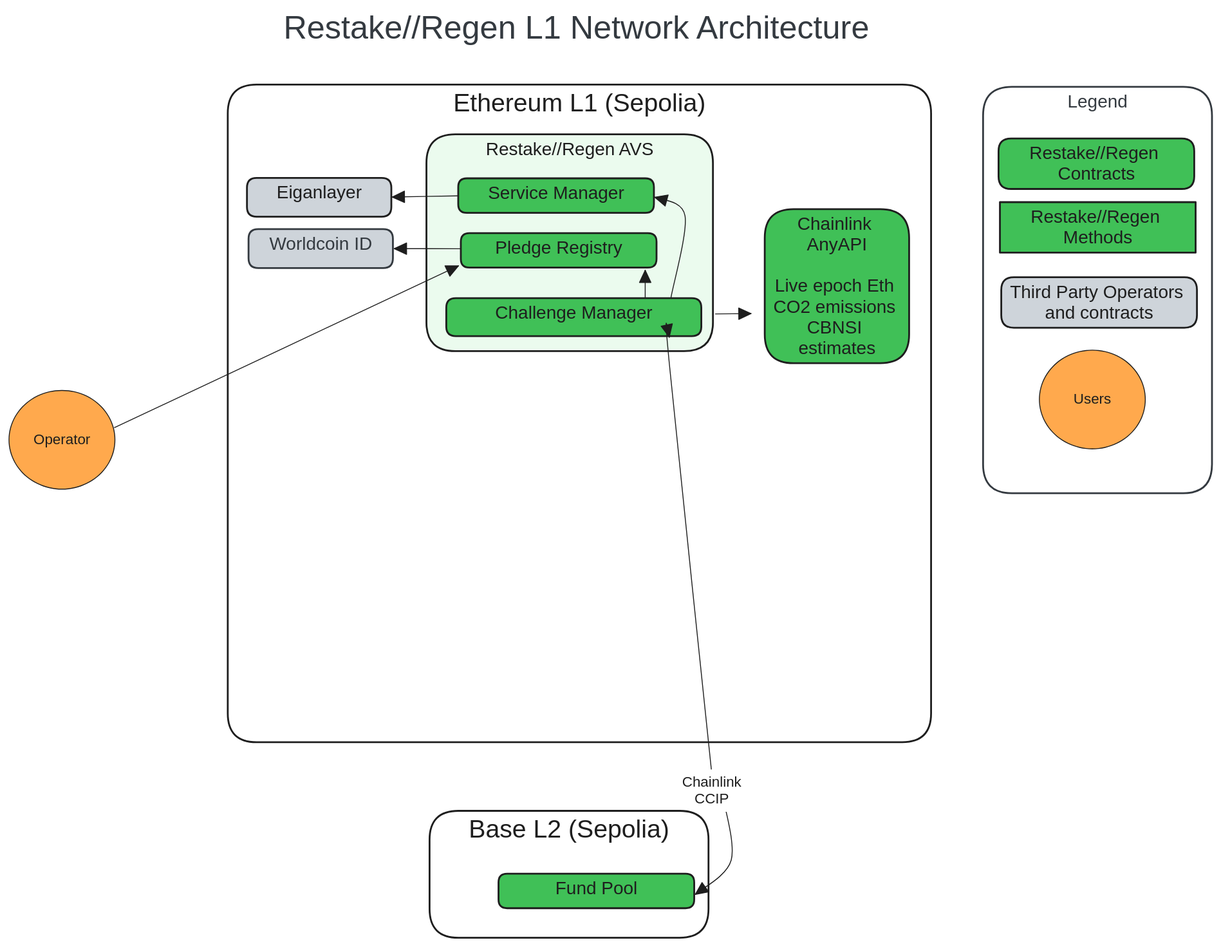
willemolding/Restake-Regen keeps this Excalidraw diagram as assets/figures/L1_network_diagram.excalidraw.svg. Above is the earlier version. Source tidied: one line per element, renumbered; positions are measured from the earlier drawing's top-left corner, leaving out a move shared by most shapes.
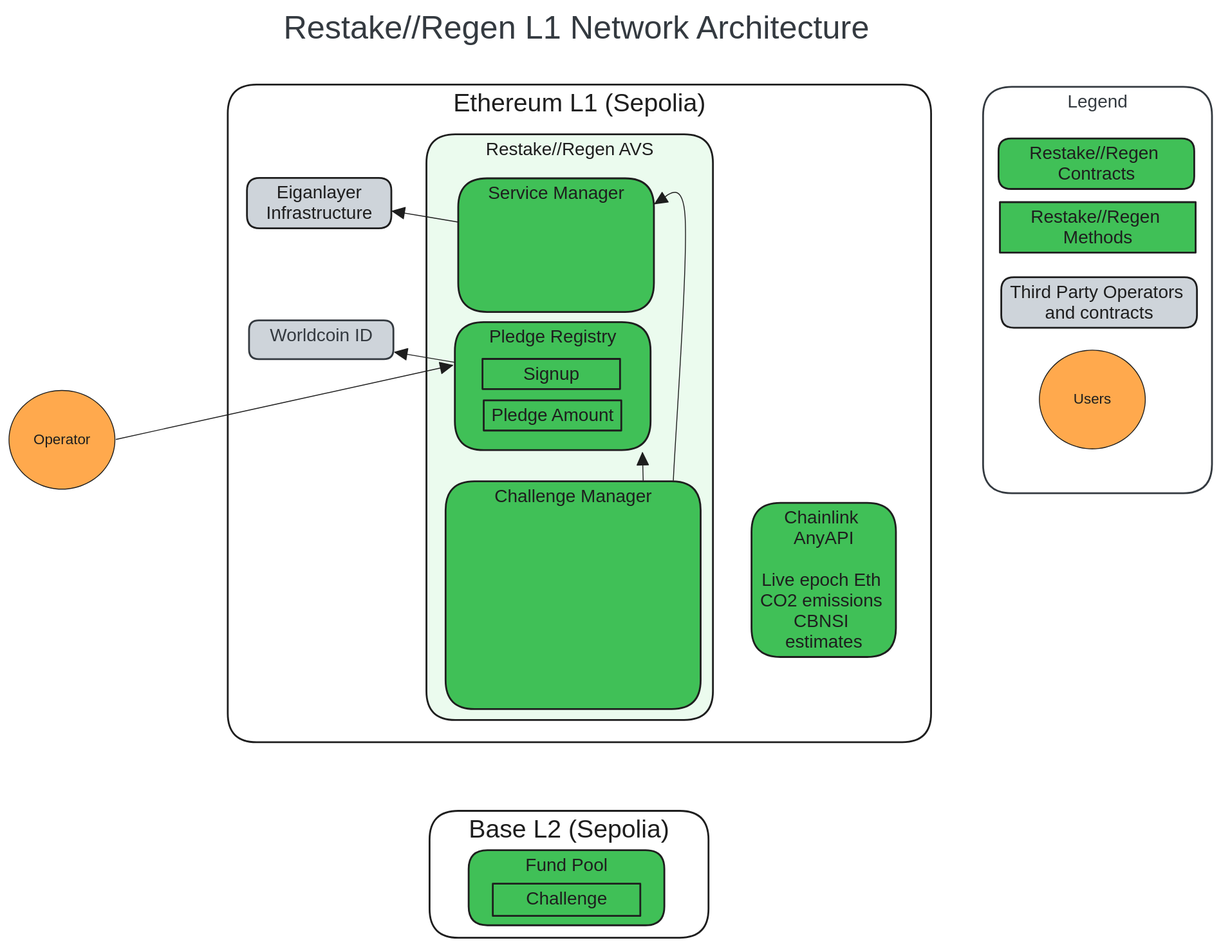
After the change.

Diff of the diagram source:
```diff
@@ -1,25 +1,22 @@
-{"id": 0, "type": "arrow", "strokeColor": "#1e1e1e", "strokeWidth": 1, "roughness": 0, "endArrowhead": "triangle", "round": true, "from": 39, "to": 41, "x": 792, "y": 872, "width": 40, "height": 110, "points": [[0, 0], [10, 72], [-30, 110]]}
 {"id": 1, "type": "rectangle", "strokeColor": "#1e1e1e", "strokeWidth": 2, "roughness": 0, "round": true, "x": 243, "y": 84, "width": 781, "height": 730}
 {"id": 2, "type": "text", "text": "Ethereum L1 (Sepolia)", "strokeColor": "#1e1e1e", "strokeWidth": 2, "roughness": 0, "fontSize": 28, "fontFamily": 2, "textAlign": "center", "inside": 1, "x": 493, "y": 89, "width": 280, "height": 32}
-{"id": 3, "type": "rectangle", "strokeColor": "#1e1e1e", "backgroundColor": "#ced4da", "fillStyle": "solid", "strokeWidth": 2, "roughness": 0, "round": true, "x": 264, "y": 187, "width": 160, "height": 43}
+{"id": 3, "type": "rectangle", "strokeColor": "#1e1e1e", "backgroundColor": "#ced4da", "fillStyle": "solid", "strokeWidth": 2, "roughness": 0, "round": true, "x": 264, "y": 187, "width": 160, "height": 56}
-{"id": 4, "type": "text", "text": "Eiganlayer", "strokeColor": "#1e1e1e", "strokeWidth": 2, "roughness": 0, "fontSize": 20, "fontFamily": 2, "textAlign": "center", "inside": 3, "x": 297, "y": 192, "width": 95, "height": 23}
+{"id": 4, "type": "text", "text": "Eiganlayer\nInfrastructure", "strokeColor": "#1e1e1e", "strokeWidth": 2, "roughness": 0, "fontSize": 20, "fontFamily": 2, "textAlign": "center", "inside": 3, "x": 285, "y": 192, "width": 118, "height": 46}
-{"id": 5, "type": "rectangle", "strokeColor": "#1e1e1e", "backgroundColor": "#ebfbee", "fillStyle": "solid", "strokeWidth": 2, "roughness": 0, "round": true, "x": 463, "y": 139, "width": 318, "height": 241}
+{"id": 5, "type": "rectangle", "strokeColor": "#1e1e1e", "backgroundColor": "#ebfbee", "fillStyle": "solid", "strokeWidth": 2, "roughness": 0, "round": true, "x": 463, "y": 139, "width": 318, "height": 650}
 {"id": 6, "type": "text", "text": "Restake//Regen AVS\n\n\n\n", "strokeColor": "#1e1e1e", "strokeWidth": 2, "roughness": 0, "fontSize": 20, "fontFamily": 2, "textAlign": "center", "inside": 5, "x": 529, "y": 144, "width": 188, "height": 115}
-{"id": 7, "type": "rectangle", "strokeColor": "#343a40", "backgroundColor": "#ced4da", "fillStyle": "solid", "strokeWidth": 2, "roughness": 0, "round": true, "x": 266, "y": 244, "width": 160, "height": 43}
+{"id": 7, "type": "rectangle", "strokeColor": "#343a40", "backgroundColor": "#ced4da", "fillStyle": "solid", "strokeWidth": 2, "roughness": 0, "round": true, "x": 266, "y": 345, "width": 160, "height": 43}
-{"id": 8, "type": "text", "text": "Worldcoin ID", "strokeColor": "#343a40", "strokeWidth": 2, "roughness": 0, "fontSize": 20, "fontFamily": 2, "textAlign": "center", "inside": 7, "x": 289, "y": 249, "width": 114, "height": 23}
+{"id": 8, "type": "text", "text": "Worldcoin ID", "strokeColor": "#343a40", "strokeWidth": 2, "roughness": 0, "fontSize": 20, "fontFamily": 2, "textAlign": "center", "inside": 7, "x": 289, "y": 350, "width": 114, "height": 23}
-{"id": 9, "type": "rectangle", "strokeColor": "#1e1e1e", "backgroundColor": "#40c057", "fillStyle": "solid", "strokeWidth": 2, "roughness": 0, "round": true, "x": 839, "y": 222, "width": 160, "height": 171}
+{"id": 9, "type": "rectangle", "strokeColor": "#1e1e1e", "backgroundColor": "#40c057", "fillStyle": "solid", "strokeWidth": 2, "roughness": 0, "round": true, "x": 824, "y": 548, "width": 160, "height": 171}
-{"id": 10, "type": "text", "text": "Chainlink \nAnyAPI\n\nLive epoch Eth \nCO2 emissions \nCBNSI \nestimates", "strokeColor": "#1e1e1e", "strokeWidth": 2, "roughness": 0, "fontSize": 20, "fontFamily": 2, "textAlign": "center", "inside": 9, "x": 848, "y": 227, "width": 141, "height": 161}
+{"id": 10, "type": "text", "text": "Chainlink \nAnyAPI\n\nLive epoch Eth \nCO2 emissions \nCBNSI \nestimates", "strokeColor": "#1e1e1e", "strokeWidth": 2, "roughness": 0, "fontSize": 20, "fontFamily": 2, "textAlign": "center", "inside": 9, "x": 834, "y": 553, "width": 141, "height": 161}
-{"id": 11, "type": "rectangle", "strokeColor": "#1e1e1e", "backgroundColor": "#40c057", "fillStyle": "solid", "strokeWidth": 2, "roughness": 0, "round": true, "x": 502, "y": 248, "width": 217, "height": 38}
+{"id": 11, "type": "rectangle", "strokeColor": "#1e1e1e", "backgroundColor": "#40c057", "fillStyle": "solid", "strokeWidth": 2, "roughness": 0, "round": true, "x": 495, "y": 347, "width": 217, "height": 142}
-{"id": 12, "type": "text", "text": "Pledge Registry", "strokeColor": "#1e1e1e", "strokeWidth": 2, "roughness": 0, "fontSize": 20, "fontFamily": 2, "textAlign": "center", "inside": 11, "x": 540, "y": 253, "width": 141, "height": 23}
+{"id": 12, "type": "text", "text": "Pledge Registry", "strokeColor": "#1e1e1e", "strokeWidth": 2, "roughness": 0, "fontSize": 20, "fontFamily": 2, "textAlign": "center", "inside": 11, "x": 533, "y": 352, "width": 141, "height": 23}
-{"id": 13, "type": "rectangle", "strokeColor": "#1e1e1e", "backgroundColor": "#40c057", "fillStyle": "solid", "strokeWidth": 2, "roughness": 0, "round": true, "x": 499, "y": 188, "width": 217, "height": 38}
+{"id": 13, "type": "rectangle", "strokeColor": "#1e1e1e", "backgroundColor": "#40c057", "fillStyle": "solid", "strokeWidth": 2, "roughness": 0, "round": true, "x": 499, "y": 188, "width": 217, "height": 148}
 {"id": 14, "type": "text", "text": "Service Manager", "strokeColor": "#1e1e1e", "strokeWidth": 2, "roughness": 0, "fontSize": 20, "fontFamily": 2, "textAlign": "center", "inside": 13, "x": 532, "y": 193, "width": 151, "height": 23}
-{"id": 15, "type": "rectangle", "strokeColor": "#1e1e1e", "backgroundColor": "#40c057", "fillStyle": "solid", "strokeWidth": 2, "roughness": 0, "round": true, "x": 485, "y": 321, "width": 283, "height": 42}
+{"id": 15, "type": "rectangle", "strokeColor": "#1e1e1e", "backgroundColor": "#40c057", "fillStyle": "solid", "strokeWidth": 2, "roughness": 0, "round": true, "x": 485, "y": 524, "width": 283, "height": 253}
-{"id": 16, "type": "text", "text": "Challenge Manager", "strokeColor": "#1e1e1e", "strokeWidth": 2, "roughness": 0, "fontSize": 20, "fontFamily": 2, "textAlign": "center", "inside": 15, "x": 540, "y": 326, "width": 175, "height": 23}
+{"id": 16, "type": "text", "text": "Challenge Manager", "strokeColor": "#1e1e1e", "strokeWidth": 2, "roughness": 0, "fontSize": 20, "fontFamily": 2, "textAlign": "center", "inside": 15, "x": 539, "y": 529, "width": 175, "height": 23}
-{"id": 17, "type": "arrow", "strokeColor": "#1e1e1e", "strokeWidth": 1, "roughness": 0, "endArrowhead": "triangle", "round": true, "from": 13, "to": 3, "x": 498, "y": 207, "width": 72, "height": 1, "points": [[0, 0], [-72, 1]]}
+{"id": 17, "type": "arrow", "strokeColor": "#1e1e1e", "strokeWidth": 1, "roughness": 0, "endArrowhead": "triangle", "round": true, "from": 13, "to": 3, "x": 498, "y": 236, "width": 72, "height": 12, "points": [[0, 0], [-72, -12]]}
-{"id": 18, "type": "arrow", "strokeColor": "#1e1e1e", "strokeWidth": 1, "roughness": 0, "endArrowhead": "triangle", "round": true, "from": 11, "to": 7, "x": 501, "y": 266, "width": 73, "height": 0, "points": [[0, 0], [-73, 0]]}
+{"id": 18, "type": "arrow", "strokeColor": "#1e1e1e", "strokeWidth": 1, "roughness": 0, "endArrowhead": "triangle", "round": true, "from": 11, "to": 7, "x": 494, "y": 392, "width": 66, "height": 11, "points": [[0, 0], [-66, -11]]}
-{"id": 19, "type": "arrow", "strokeColor": "#1e1e1e", "strokeWidth": 1, "roughness": 0, "endArrowhead": "triangle", "round": true, "from": 15, "to": 11, "x": 706, "y": 320, "width": 0, "height": 30, "points": [[0, 0], [0, -30]]}
+{"id": 19, "type": "arrow", "strokeColor": "#1e1e1e", "strokeWidth": 1, "roughness": 0, "endArrowhead": "triangle", "round": true, "from": 15, "to": 11, "x": 704, "y": 523, "width": 1, "height": 31, "points": [[0, 0], [-1, -31]]}
-{"id": 20, "type": "arrow", "strokeColor": "#1e1e1e", "strokeWidth": 1, "roughness": 0, "endArrowhead": "triangle", "round": true, "from": 15, "to": 9, "x": 784, "y": 338, "width": 39, "height": 0, "points": [[0, 0], [39, 0]]}
-{"id": 21, "type": "arrow", "strokeColor": "#1e1e1e", "strokeWidth": 1, "roughness": 0, "endArrowhead": "triangle", "round": true, "from": 39, "to": 15, "x": 784, "y": 886, "width": 51, "height": 522, "points": [[0, 0], [-51, -490], [-51, -522]]}
 {"id": 22, "type": "ellipse", "strokeColor": "#1e1e1e", "backgroundColor": "#ffa94d", "fillStyle": "solid", "strokeWidth": 1, "roughness": 0, "x": 0, "y": 423, "width": 118, "height": 110}
 {"id": 23, "type": "text", "text": "Operator", "strokeColor": "#1e1e1e", "strokeWidth": 1, "roughness": 0, "fontSize": 16, "fontFamily": 2, "textAlign": "center", "verticalAlign": "middle", "inside": 22, "x": 27, "y": 468, "width": 63, "height": 18}
 {"id": 24, "type": "rectangle", "strokeColor": "#1e1e1e", "backgroundColor": "#40c057", "fillStyle": "solid", "strokeWidth": 2, "roughness": 0, "round": true, "x": 1098, "y": 143, "width": 217, "height": 56}
@@ -32,12 +29,16 @@
 {"id": 31, "type": "text", "text": "Users", "strokeColor": "#1e1e1e", "strokeWidth": 1, "roughness": 0, "fontSize": 16, "fontFamily": 2, "textAlign": "center", "verticalAlign": "middle", "inside": 30, "x": 1182, "y": 424, "width": 42, "height": 18}
 {"id": 32, "type": "rectangle", "strokeColor": "#1e1e1e", "backgroundColor": "#ced4da", "fillStyle": "solid", "strokeWidth": 2, "roughness": 0, "round": true, "x": 1101, "y": 297, "width": 217, "height": 56}
 {"id": 33, "type": "text", "text": "Third Party Operators \nand contracts", "strokeColor": "#1e1e1e", "strokeWidth": 2, "roughness": 0, "fontSize": 20, "fontFamily": 2, "textAlign": "center", "inside": 32, "x": 1111, "y": 302, "width": 198, "height": 46}
-{"id": 34, "type": "rectangle", "strokeColor": "transparent", "backgroundColor": "#ffffff", "fillStyle": "solid", "strokeWidth": 1, "roughness": 0, "x": 731, "y": 844, "width": 98, "height": 47}
-{"id": 35, "type": "text", "text": "Chainlink\nCCIP", "strokeColor": "#1e1e1e", "backgroundColor": "#ffffff", "fillStyle": "solid", "strokeWidth": 1, "roughness": 0, "fontSize": 16, "fontFamily": 2, "textAlign": "center", "verticalAlign": "middle", "inside": 34, "x": 747, "y": 849, "width": 66, "height": 37}
 {"id": 36, "type": "text", "text": "Restake//Regen L1 Network Architecture", "strokeColor": "#343a40", "backgroundColor": "#ced4da", "fillStyle": "solid", "strokeWidth": 1, "roughness": 0, "fontSize": 36, "fontFamily": 2, "textAlign": "center", "x": 304, "y": 0, "width": 652, "height": 41}
-{"id": 37, "type": "arrow", "strokeColor": "#1e1e1e", "strokeWidth": 1, "roughness": 0, "endArrowhead": "triangle", "round": true, "from": 15, "to": 13, "x": 735, "y": 319, "width": 34, "height": 111, "points": [[0, 0], [16, -90], [-18, -111]]}
+{"id": 37, "type": "arrow", "strokeColor": "#1e1e1e", "strokeWidth": 1, "roughness": 0, "endArrowhead": "triangle", "round": true, "from": 15, "to": 13, "x": 737, "y": 523, "width": 34, "height": 307, "points": [[0, 0], [13, -294], [-21, -307]]}
-{"id": 38, "type": "arrow", "strokeColor": "#1e1e1e", "strokeWidth": 1, "roughness": 0, "endArrowhead": "triangle", "round": true, "from": 22, "to": 11, "x": 117, "y": 464, "width": 382, "height": 180, "points": [[0, 0], [382, -180]]}
+{"id": 38, "type": "arrow", "strokeColor": "#1e1e1e", "strokeWidth": 1, "roughness": 0, "endArrowhead": "triangle", "round": true, "from": 22, "to": 11, "x": 119, "y": 477, "width": 373, "height": 82, "points": [[0, 0], [373, -82]]}
 {"id": 39, "type": "rectangle", "strokeColor": "#1e1e1e", "strokeWidth": 2, "roughness": 0, "round": true, "x": 467, "y": 890, "width": 310, "height": 141}
 {"id": 40, "type": "text", "text": "Base L2 (Sepolia)", "strokeColor": "#1e1e1e", "strokeWidth": 2, "roughness": 0, "fontSize": 28, "fontFamily": 2, "textAlign": "center", "inside": 39, "x": 510, "y": 895, "width": 223, "height": 32}
-{"id": 41, "type": "rectangle", "strokeColor": "#1e1e1e", "backgroundColor": "#40c057", "fillStyle": "solid", "strokeWidth": 2, "roughness": 0, "round": true, "x": 543, "y": 959, "width": 217, "height": 38}
+{"id": 41, "type": "rectangle", "strokeColor": "#1e1e1e", "backgroundColor": "#40c057", "fillStyle": "solid", "strokeWidth": 2, "roughness": 0, "round": true, "x": 510, "y": 933, "width": 217, "height": 83}
-{"id": 42, "type": "text", "text": "Fund Pool", "strokeColor": "#1e1e1e", "strokeWidth": 2, "roughness": 0, "fontSize": 20, "fontFamily": 2, "textAlign": "center", "inside": 41, "x": 606, "y": 964, "width": 91, "height": 23}
+{"id": 42, "type": "text", "text": "Fund Pool", "strokeColor": "#1e1e1e", "strokeWidth": 2, "roughness": 0, "fontSize": 20, "fontFamily": 2, "textAlign": "center", "inside": 41, "x": 573, "y": 938, "width": 91, "height": 23}
+{"id": 43, "type": "rectangle", "strokeColor": "#1e1e1e", "backgroundColor": "#40c057", "fillStyle": "solid", "strokeWidth": 2, "roughness": 0, "x": 537, "y": 970, "width": 164, "height": 36}
+{"id": 44, "type": "text", "text": "Challenge", "strokeColor": "#1e1e1e", "strokeWidth": 2, "roughness": 0, "fontSize": 20, "fontFamily": 2, "textAlign": "center", "inside": 43, "x": 574, "y": 975, "width": 90, "height": 23}
+{"id": 45, "type": "rectangle", "strokeColor": "#1e1e1e", "backgroundColor": "#40c057", "fillStyle": "solid", "strokeWidth": 2, "roughness": 0, "x": 526, "y": 388, "width": 153, "height": 33}
+{"id": 46, "type": "text", "text": "Signup", "strokeColor": "#1e1e1e", "strokeWidth": 2, "roughness": 0, "fontSize": 20, "fontFamily": 2, "textAlign": "center", "inside": 45, "x": 571, "y": 393, "width": 62, "height": 23}
+{"id": 47, "type": "rectangle", "strokeColor": "#1e1e1e", "backgroundColor": "#40c057", "fillStyle": "solid", "strokeWidth": 2, "roughness": 0, "x": 527, "y": 434, "width": 153, "height": 33}
+{"id": 48, "type": "text", "text": "Pledge Amount", "strokeColor": "#1e1e1e", "strokeWidth": 2, "roughness": 0, "fontSize": 20, "fontFamily": 2, "textAlign": "center", "inside": 47, "x": 535, "y": 439, "width": 137, "height": 23}
```
